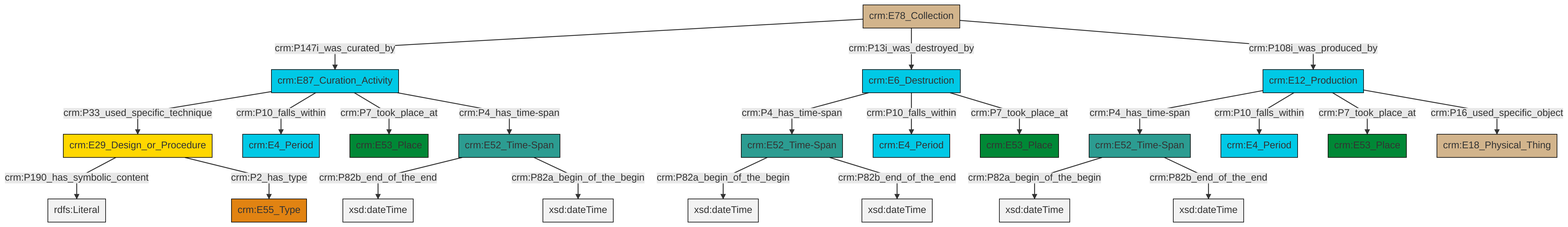
This is et/archivalCSV/ttl/mmd/png/archival_existence.png from swiss-art-research-net/docs.swissartresearch, a Mermaid export, as it was before one commit. Its source is kept beside it as et/archivalCSV/ttl/mmd/archival_existence.ttl.mmd.
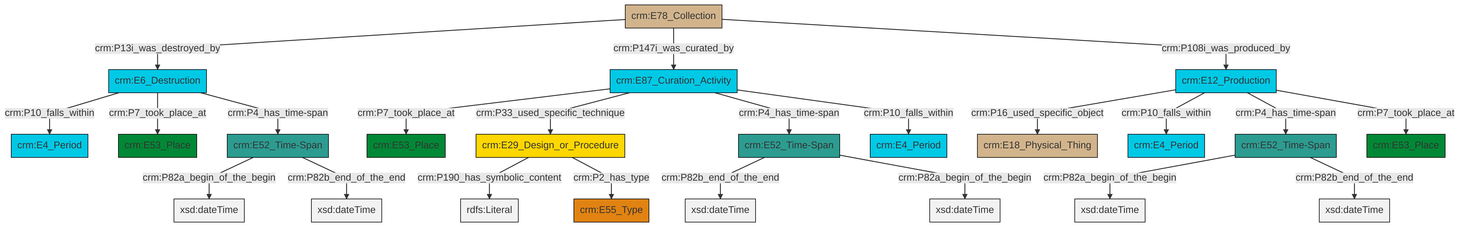
After the change.

Diff of the diagram source:
```diff
@@ -13,25 +13,25 @@
 classDef PC_Classes fill:#4ce600, stroke:#000000;
 classDef Multi fill:#cccccc,stroke:#000000;
 
-0["crm:E12_Production"]:::Temporal_Entity -->|crm:P4_has_time-span| 1["crm:E52_Time-Span"]:::Time-Span
-2["crm:E87_Curation_Activity"]:::Temporal_Entity -->|crm:P33_used_specific_technique| 3["crm:E29_Design_or_Procedure"]:::Conceptual_Object
-4["crm:E78_Collection"]:::Physical_Thing -->|crm:P147i_was_curated_by| 2["crm:E87_Curation_Activity"]:::Temporal_Entity
-9["crm:E6_Destruction"]:::Temporal_Entity -->|crm:P4_has_time-span| 10["crm:E52_Time-Span"]:::Time-Span
-5["crm:E52_Time-Span"]:::Time-Span -->|crm:P82b_end_of_the_end| 11[xsd:dateTime]:::Literal
-0["crm:E12_Production"]:::Temporal_Entity -->|crm:P10_falls_within| 12["crm:E4_Period"]:::Temporal_Entity
-2["crm:E87_Curation_Activity"]:::Temporal_Entity -->|crm:P10_falls_within| 13["crm:E4_Period"]:::Temporal_Entity
-9["crm:E6_Destruction"]:::Temporal_Entity -->|crm:P10_falls_within| 17["crm:E4_Period"]:::Temporal_Entity
-1["crm:E52_Time-Span"]:::Time-Span -->|crm:P82a_begin_of_the_begin| 19[xsd:dateTime]:::Literal
-4["crm:E78_Collection"]:::Physical_Thing -->|crm:P13i_was_destroyed_by| 9["crm:E6_Destruction"]:::Temporal_Entity
-5["crm:E52_Time-Span"]:::Time-Span -->|crm:P82a_begin_of_the_begin| 24[xsd:dateTime]:::Literal
-10["crm:E52_Time-Span"]:::Time-Span -->|crm:P82a_begin_of_the_begin| 25[xsd:dateTime]:::Literal
-1["crm:E52_Time-Span"]:::Time-Span -->|crm:P82b_end_of_the_end| 29[xsd:dateTime]:::Literal
-3["crm:E29_Design_or_Procedure"]:::Conceptual_Object -->|crm:P190_has_symbolic_content| 30[rdfs:Literal]:::Literal
-2["crm:E87_Curation_Activity"]:::Temporal_Entity -->|crm:P7_took_place_at| 31["crm:E53_Place"]:::Place
-0["crm:E12_Production"]:::Temporal_Entity -->|crm:P7_took_place_at| 33["crm:E53_Place"]:::Place
-3["crm:E29_Design_or_Procedure"]:::Conceptual_Object -->|crm:P2_has_type| 14["crm:E55_Type"]:::Type
-9["crm:E6_Destruction"]:::Temporal_Entity -->|crm:P7_took_place_at| 7["crm:E53_Place"]:::Place
-2["crm:E87_Curation_Activity"]:::Temporal_Entity -->|crm:P4_has_time-span| 5["crm:E52_Time-Span"]:::Time-Span
-0["crm:E12_Production"]:::Temporal_Entity -->|crm:P16_used_specific_object| 26["crm:E18_Physical_Thing"]:::Physical_Thing
-4["crm:E78_Collection"]:::Physical_Thing -->|crm:P108i_was_produced_by| 0["crm:E12_Production"]:::Temporal_Entity
-10["crm:E52_Time-Span"]:::Time-Span -->|crm:P82b_end_of_the_end| 37[xsd:dateTime]:::Literal
+2["crm:E29_Design_or_Procedure"]:::Conceptual_Object -->|crm:P190_has_symbolic_content| 3[rdfs:Literal]:::Literal
+6["crm:E52_Time-Span"]:::Time-Span -->|crm:P82b_end_of_the_end| 7[xsd:dateTime]:::Literal
+10["crm:E87_Curation_Activity"]:::Temporal_Entity -->|crm:P7_took_place_at| 0["crm:E53_Place"]:::Place
+10["crm:E87_Curation_Activity"]:::Temporal_Entity -->|crm:P33_used_specific_technique| 2["crm:E29_Design_or_Procedure"]:::Conceptual_Object
+4["crm:E6_Destruction"]:::Temporal_Entity -->|crm:P10_falls_within| 21["crm:E4_Period"]:::Temporal_Entity
+13["crm:E78_Collection"]:::Physical_Thing -->|crm:P13i_was_destroyed_by| 4["crm:E6_Destruction"]:::Temporal_Entity
+6["crm:E52_Time-Span"]:::Time-Span -->|crm:P82a_begin_of_the_begin| 22[xsd:dateTime]:::Literal
+10["crm:E87_Curation_Activity"]:::Temporal_Entity -->|crm:P4_has_time-span| 6["crm:E52_Time-Span"]:::Time-Span
+8["crm:E12_Production"]:::Temporal_Entity -->|crm:P16_used_specific_object| 19["crm:E18_Physical_Thing"]:::Physical_Thing
+13["crm:E78_Collection"]:::Physical_Thing -->|crm:P147i_was_curated_by| 10["crm:E87_Curation_Activity"]:::Temporal_Entity
+11["crm:E52_Time-Span"]:::Time-Span -->|crm:P82a_begin_of_the_begin| 23[xsd:dateTime]:::Literal
+8["crm:E12_Production"]:::Temporal_Entity -->|crm:P10_falls_within| 25["crm:E4_Period"]:::Temporal_Entity
+10["crm:E87_Curation_Activity"]:::Temporal_Entity -->|crm:P10_falls_within| 27["crm:E4_Period"]:::Temporal_Entity
+28["crm:E52_Time-Span"]:::Time-Span -->|crm:P82a_begin_of_the_begin| 29[xsd:dateTime]:::Literal
+4["crm:E6_Destruction"]:::Temporal_Entity -->|crm:P7_took_place_at| 17["crm:E53_Place"]:::Place
+28["crm:E52_Time-Span"]:::Time-Span -->|crm:P82b_end_of_the_end| 32[xsd:dateTime]:::Literal
+8["crm:E12_Production"]:::Temporal_Entity -->|crm:P4_has_time-span| 28["crm:E52_Time-Span"]:::Time-Span
+4["crm:E6_Destruction"]:::Temporal_Entity -->|crm:P4_has_time-span| 11["crm:E52_Time-Span"]:::Time-Span
+11["crm:E52_Time-Span"]:::Time-Span -->|crm:P82b_end_of_the_end| 35[xsd:dateTime]:::Literal
+2["crm:E29_Design_or_Procedure"]:::Conceptual_Object -->|crm:P2_has_type| 15["crm:E55_Type"]:::Type
+8["crm:E12_Production"]:::Temporal_Entity -->|crm:P7_took_place_at| 30["crm:E53_Place"]:::Place
+13["crm:E78_Collection"]:::Physical_Thing -->|crm:P108i_was_produced_by| 8["crm:E12_Production"]:::Temporal_Entity
```
